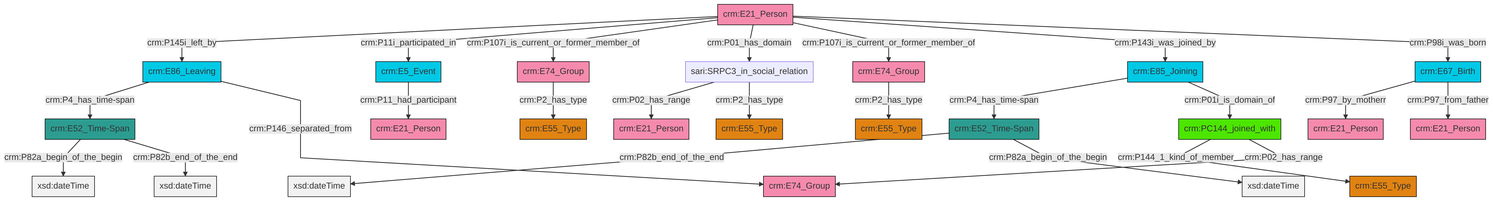
Earlier version of the Mermaid export et/personCSV/ttl/mmd/png/Person_Actor_Relations.png (swiss-art-research-net/docs.swissartresearch). Its source is kept beside it as et/personCSV/ttl/mmd/Person_Actor_Relations.ttl.mmd.
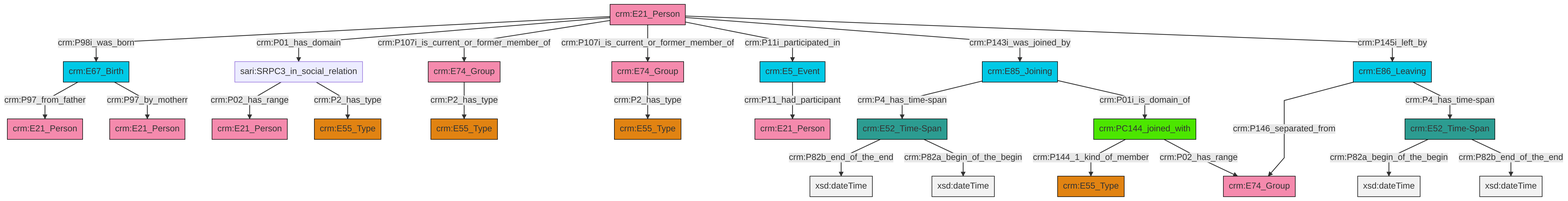
The same file after the commit.

What changed in the source:
```diff
@@ -13,27 +13,27 @@
 classDef PC_Classes fill:#4ce600, stroke:#000000;
 classDef Multi fill:#cccccc,stroke:#000000;
 
-4["crm:E21_Person"]:::Actor -->|crm:P145i_left_by| 5["crm:E86_Leaving"]:::Temporal_Entity
-12["crm:E74_Group"]:::Actor -->|crm:P2_has_type| 2["crm:E55_Type"]:::Type
-14["sari:SRPC3_in_social_relation"]:::Default -->|crm:P02_has_range| 15["crm:E21_Person"]:::Actor
-16["crm:E67_Birth"]:::Temporal_Entity -->|crm:P97_by_motherr| 17["crm:E21_Person"]:::Actor
-16["crm:E67_Birth"]:::Temporal_Entity -->|crm:P97_from_father| 18["crm:E21_Person"]:::Actor
-4["crm:E21_Person"]:::Actor -->|crm:P11i_participated_in| 19["crm:E5_Event"]:::Temporal_Entity
-5["crm:E86_Leaving"]:::Temporal_Entity -->|crm:P4_has_time-span| 20["crm:E52_Time-Span"]:::Time-Span
-6["crm:E52_Time-Span"]:::Time-Span -->|crm:P82b_end_of_the_end| 22[xsd:dateTime]:::Literal
-4["crm:E21_Person"]:::Actor -->|crm:P107i_is_current_or_former_member_of| 12["crm:E74_Group"]:::Actor
-4["crm:E21_Person"]:::Actor -->|crm:P01_has_domain| 14["sari:SRPC3_in_social_relation"]:::Default
-20["crm:E52_Time-Span"]:::Time-Span -->|crm:P82a_begin_of_the_begin| 25[xsd:dateTime]:::Literal
-4["crm:E21_Person"]:::Actor -->|crm:P107i_is_current_or_former_member_of| 26["crm:E74_Group"]:::Actor
-6["crm:E52_Time-Span"]:::Time-Span -->|crm:P82a_begin_of_the_begin| 27[xsd:dateTime]:::Literal
-5["crm:E86_Leaving"]:::Temporal_Entity -->|crm:P146_separated_from| 23["crm:E74_Group"]:::Actor
-26["crm:E74_Group"]:::Actor -->|crm:P2_has_type| 29["crm:E55_Type"]:::Type
-0["crm:E85_Joining"]:::Temporal_Entity -->|crm:P4_has_time-span| 6["crm:E52_Time-Span"]:::Time-Span
-0["crm:E85_Joining"]:::Temporal_Entity -->|crm:P01i_is_domain_of| 10["crm:PC144_joined_with"]:::PC_Classes
-10["crm:PC144_joined_with"]:::PC_Classes -->|crm:P144_1_kind_of_member| 8["crm:E55_Type"]:::Type
-4["crm:E21_Person"]:::Actor -->|crm:P143i_was_joined_by| 0["crm:E85_Joining"]:::Temporal_Entity
-10["crm:PC144_joined_with"]:::PC_Classes -->|crm:P02_has_range| 23["crm:E74_Group"]:::Actor
-19["crm:E5_Event"]:::Temporal_Entity -->|crm:P11_had_participant| 38["crm:E21_Person"]:::Actor
-14["sari:SRPC3_in_social_relation"]:::Default -->|crm:P2_has_type| 41["crm:E55_Type"]:::Type
-20["crm:E52_Time-Span"]:::Time-Span -->|crm:P82b_end_of_the_end| 42[xsd:dateTime]:::Literal
-4["crm:E21_Person"]:::Actor -->|crm:P98i_was_born| 16["crm:E67_Birth"]:::Temporal_Entity
+2["crm:E21_Person"]:::Actor -->|crm:P98i_was_born| 3["crm:E67_Birth"]:::Temporal_Entity
+3["crm:E67_Birth"]:::Temporal_Entity -->|crm:P97_from_father| 7["crm:E21_Person"]:::Actor
+0["crm:E52_Time-Span"]:::Time-Span -->|crm:P82a_begin_of_the_begin| 10[xsd:dateTime]:::Literal
+8["crm:E86_Leaving"]:::Temporal_Entity -->|crm:P146_separated_from| 15["crm:E74_Group"]:::Actor
+16["crm:E74_Group"]:::Actor -->|crm:P2_has_type| 17["crm:E55_Type"]:::Type
+20["crm:E5_Event"]:::Temporal_Entity -->|crm:P11_had_participant| 21["crm:E21_Person"]:::Actor
+25["crm:E52_Time-Span"]:::Time-Span -->|crm:P82b_end_of_the_end| 26[xsd:dateTime]:::Literal
+29["crm:PC144_joined_with"]:::PC_Classes -->|crm:P144_1_kind_of_member| 5["crm:E55_Type"]:::Type
+18["crm:E85_Joining"]:::Temporal_Entity -->|crm:P4_has_time-span| 25["crm:E52_Time-Span"]:::Time-Span
+3["crm:E67_Birth"]:::Temporal_Entity -->|crm:P97_by_motherr| 23["crm:E21_Person"]:::Actor
+2["crm:E21_Person"]:::Actor -->|crm:P01_has_domain| 30["sari:SRPC3_in_social_relation"]:::Default
+30["sari:SRPC3_in_social_relation"]:::Default -->|crm:P02_has_range| 27["crm:E21_Person"]:::Actor
+2["crm:E21_Person"]:::Actor -->|crm:P107i_is_current_or_former_member_of| 31["crm:E74_Group"]:::Actor
+8["crm:E86_Leaving"]:::Temporal_Entity -->|crm:P4_has_time-span| 0["crm:E52_Time-Span"]:::Time-Span
+25["crm:E52_Time-Span"]:::Time-Span -->|crm:P82a_begin_of_the_begin| 37[xsd:dateTime]:::Literal
+2["crm:E21_Person"]:::Actor -->|crm:P107i_is_current_or_former_member_of| 16["crm:E74_Group"]:::Actor
+2["crm:E21_Person"]:::Actor -->|crm:P11i_participated_in| 20["crm:E5_Event"]:::Temporal_Entity
+31["crm:E74_Group"]:::Actor -->|crm:P2_has_type| 13["crm:E55_Type"]:::Type
+2["crm:E21_Person"]:::Actor -->|crm:P143i_was_joined_by| 18["crm:E85_Joining"]:::Temporal_Entity
+0["crm:E52_Time-Span"]:::Time-Span -->|crm:P82b_end_of_the_end| 44[xsd:dateTime]:::Literal
+29["crm:PC144_joined_with"]:::PC_Classes -->|crm:P02_has_range| 15["crm:E74_Group"]:::Actor
+30["sari:SRPC3_in_social_relation"]:::Default -->|crm:P2_has_type| 11["crm:E55_Type"]:::Type
+2["crm:E21_Person"]:::Actor -->|crm:P145i_left_by| 8["crm:E86_Leaving"]:::Temporal_Entity
+18["crm:E85_Joining"]:::Temporal_Entity -->|crm:P01i_is_domain_of| 29["crm:PC144_joined_with"]:::PC_Classes
```
